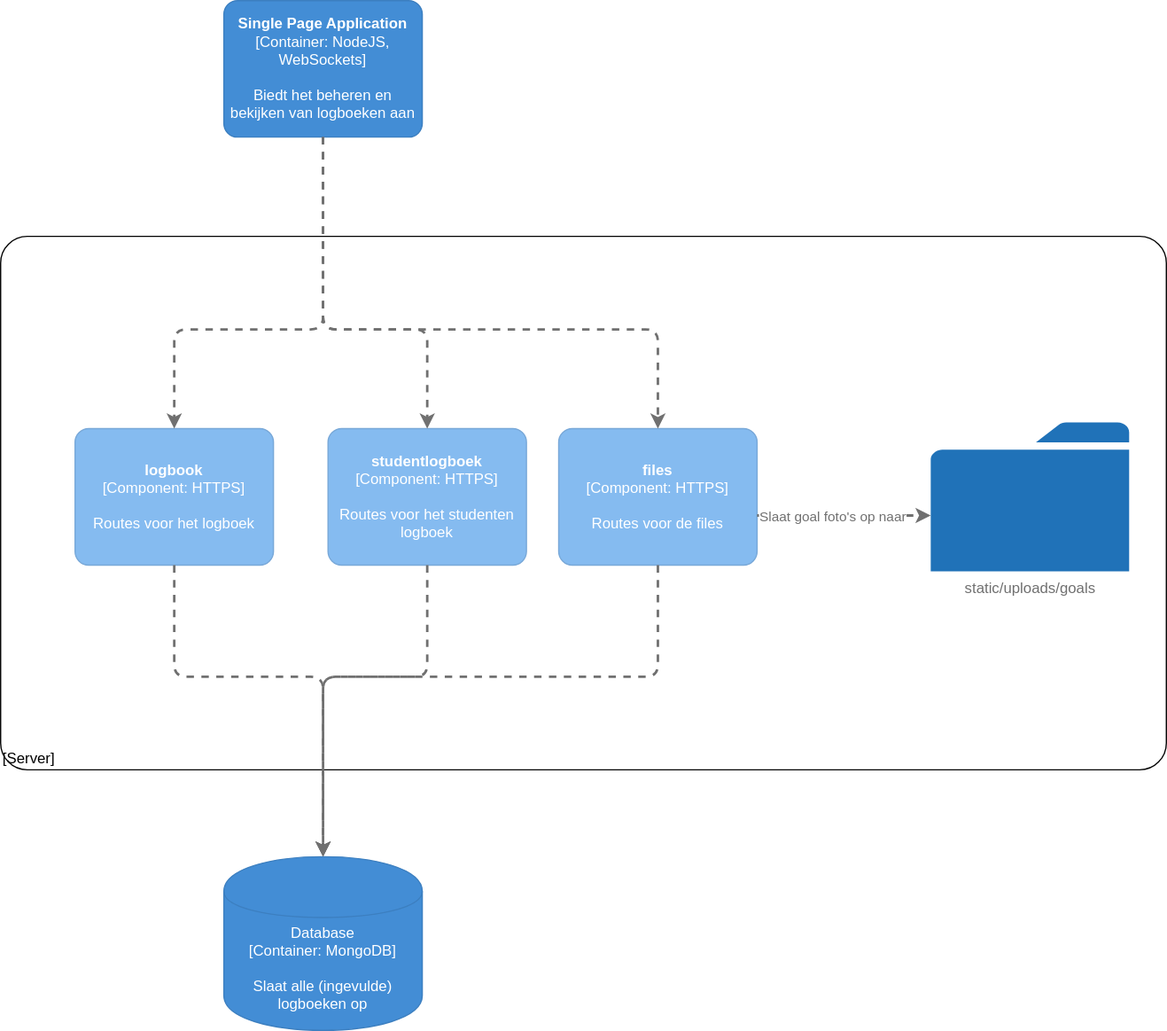
Before: docs/software-guidebook/c4-model/components-server.svg, a diagram exported from draw.io (Rowan-Paul/HANAIM-DWA-Rekenlogboek). Source tidied: cells renumbered, new cells last; positions are measured from the earlier drawing's top-left corner, leaving out a move shared by most shapes.
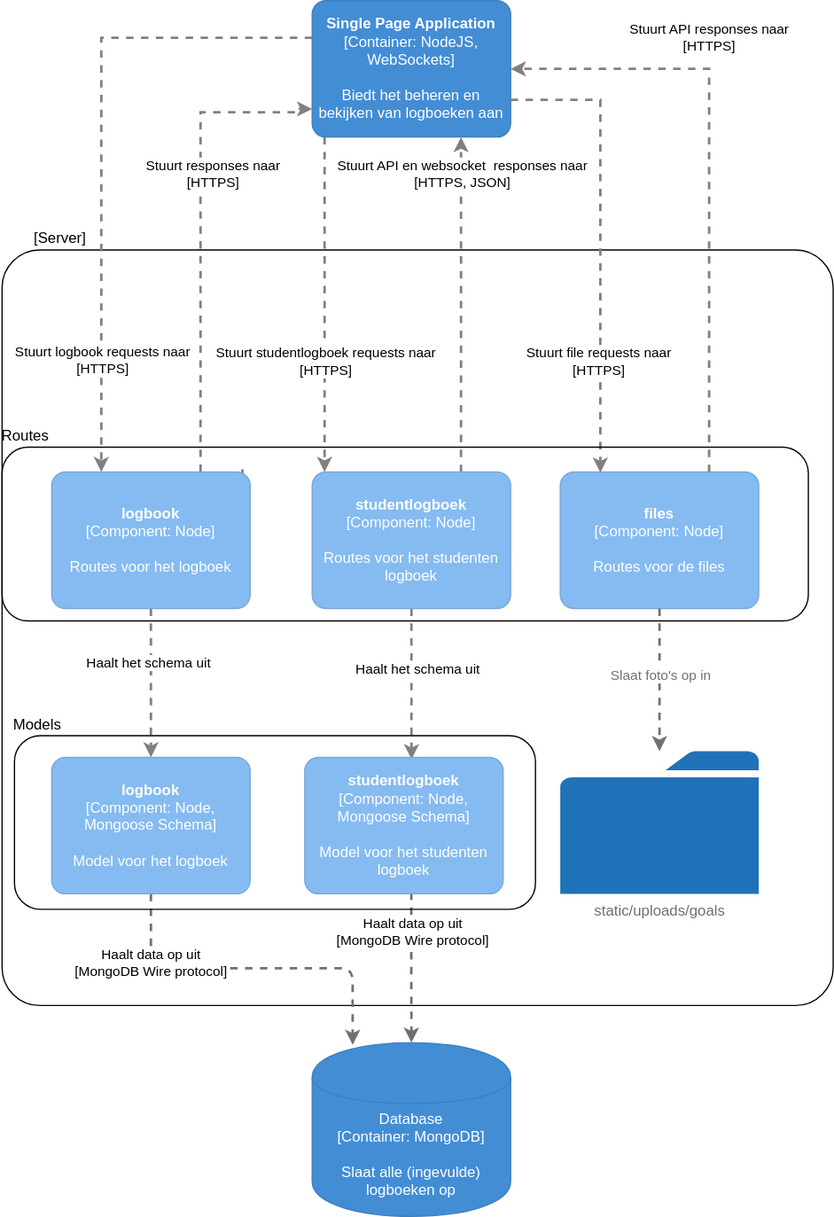
After the commit.

Diff of the diagram source:
```diff
@@ -3,102 +3,167 @@
     <mxCell id="0" />
     <mxCell id="1" parent="0" />
     <object id="2" label="&lt;div style=&quot;text-align: left&quot;&gt;%c4Name%&lt;/div&gt;&lt;div style=&quot;text-align: left&quot;&gt;[%c4Application%]&lt;/div&gt;" c4Application="Server" c4Name="" c4Type="ExecutionEnvironment" placeholders="1">
-      <mxCell style="rounded=1;whiteSpace=wrap;html=1;labelBackgroundColor=none;fillColor=#ffffff;fontColor=#000000;align=left;arcSize=5;strokeColor=#000000;verticalAlign=bottom;metaData={&quot;c4Type&quot;:{&quot;editable&quot;:false}};" parent="1" vertex="1">
-        <mxGeometry y="190" width="940" height="430" as="geometry" />
+      <mxCell style="rounded=1;whiteSpace=wrap;html=1;labelBackgroundColor=none;fillColor=#ffffff;fontColor=#000000;align=right;arcSize=5;strokeColor=#000000;verticalAlign=bottom;metaData={&quot;c4Type&quot;:{&quot;editable&quot;:false}};labelPosition=left;verticalLabelPosition=top;spacingRight=-70;" parent="1" vertex="1">
+        <mxGeometry x="-20" y="201" width="670" height="609" as="geometry" />
       </mxCell>
     </object>
     <object id="3" label="&lt;b&gt;%c4Name%&lt;/b&gt;&lt;div&gt;[%c4Type%: %c4Technology%]&lt;/div&gt;&lt;br&gt;&lt;div&gt;%c4Description%&lt;/div&gt;" c4Description="Biedt het beheren en bekijken van logboeken aan" c4Name="Single Page Application" c4Technology="NodeJS, WebSockets" c4Type="Container" placeholders="1">
       <mxCell style="rounded=1;whiteSpace=wrap;html=1;labelBackgroundColor=none;fillColor=#438DD5;fontColor=#ffffff;align=center;arcSize=10;strokeColor=#3C7FC0;metaData={&quot;c4Type&quot;:{&quot;editable&quot;:true}};points=[[0.25,0,0],[0.5,0,0],[0.75,0,0],[1,0.25,0],[1,0.5,0],[1,0.75,0],[0.75,1,0],[0.5,1,0],[0.25,1,0],[0,0.75,0],[0,0.5,0],[0,0.25,0]];" parent="1" vertex="1">
-        <mxGeometry x="180" width="160" height="110" as="geometry" />
+        <mxGeometry x="230" width="160" height="110" as="geometry" />
       </mxCell>
     </object>
+    <mxCell id="17" style="edgeStyle=orthogonalEdgeStyle;rounded=0;jettySize=auto;html=1;dashed=1;strokeColor=#808080;strokeWidth=2;exitX=0.961;exitY=-0.019;exitDx=0;exitDy=0;exitPerimeter=0;entryX=0;entryY=0.794;entryDx=0;entryDy=0;entryPerimeter=0;" parent="1" edge="1" source="4" target="3">
+      <mxGeometry relative="1" as="geometry">
+        <Array as="points">
+          <mxPoint x="140" y="398" />
+          <mxPoint x="140" y="90" />
+          <mxPoint x="220" y="90" />
+          <mxPoint x="220" y="87" />
+        </Array>
+      </mxGeometry>
+    </mxCell>
+    <mxCell id="18" value="Stuurt responses naar&lt;br&gt;[HTTPS]" style="edgeLabel;html=1;align=center;verticalAlign=middle;" parent="17" vertex="1">
+      <mxGeometry x="-0.22" relative="1" as="geometry">
+        <mxPoint x="10" y="-135.3" as="offset" />
+      </mxGeometry>
+    </mxCell>
+    <mxCell id="19" style="edgeStyle=orthogonalEdgeStyle;rounded=0;jettySize=auto;html=1;entryX=0.5;entryY=0;entryDx=0;entryDy=0;entryPerimeter=0;dashed=1;strokeWidth=2;strokeColor=#808080;" parent="1" edge="1" source="4" target="35">
+      <mxGeometry relative="1" as="geometry" />
+    </mxCell>
+    <mxCell id="20" value="Haalt het schema uit" style="edgeLabel;html=1;align=center;verticalAlign=middle;" parent="19" vertex="1">
+      <mxGeometry x="-0.29" y="-3" relative="1" as="geometry" />
+    </mxCell>
-    <object id="4" label="&lt;b&gt;%c4Name%&lt;/b&gt;&lt;div&gt;[%c4Type%: %c4Technology%]&lt;/div&gt;&lt;br&gt;&lt;div&gt;%c4Description%&lt;/div&gt;" c4Description="Routes voor het logboek" c4Name="logbook" c4Technology="HTTPS" c4Type="Component" placeholders="1">
+    <object id="4" label="&lt;b&gt;%c4Name%&lt;/b&gt;&lt;div&gt;[%c4Type%: %c4Technology%]&lt;/div&gt;&lt;br&gt;&lt;div&gt;%c4Description%&lt;/div&gt;" c4Description="Routes voor het logboek" c4Name="logbook" c4Technology="Node" c4Type="Component" placeholders="1">
       <mxCell style="rounded=1;whiteSpace=wrap;html=1;labelBackgroundColor=none;fillColor=#85BBF0;fontColor=#ffffff;align=center;arcSize=10;strokeColor=#78A8D8;metaData={&quot;c4Type&quot;:{&quot;editable&quot;:true}};points=[[0.25,0,0],[0.5,0,0],[0.75,0,0],[1,0.25,0],[1,0.5,0],[1,0.75,0],[0.75,1,0],[0.5,1,0],[0.25,1,0],[0,0.75,0],[0,0.5,0],[0,0.25,0]];" parent="1" vertex="1">
-        <mxGeometry x="60" y="345" width="160" height="110" as="geometry" />
+        <mxGeometry x="20" y="380" width="160" height="110" as="geometry" />
       </mxCell>
     </object>
+    <mxCell id="21" style="edgeStyle=orthogonalEdgeStyle;rounded=0;jettySize=auto;html=1;dashed=1;strokeColor=#808080;strokeWidth=2;" parent="1" edge="1" source="5" target="3">
+      <mxGeometry relative="1" as="geometry">
+        <Array as="points">
+          <mxPoint x="350" y="250" />
+          <mxPoint x="350" y="250" />
+        </Array>
+      </mxGeometry>
+    </mxCell>
+    <mxCell id="22" value="Stuurt API en websocket&amp;nbsp; responses naar&lt;br&gt;[HTTPS, JSON]" style="edgeLabel;html=1;align=center;verticalAlign=middle;" parent="21" vertex="1">
+      <mxGeometry x="-0.36" y="-1" relative="1" as="geometry">
+        <mxPoint x="-1" y="-154.3" as="offset" />
+      </mxGeometry>
+    </mxCell>
+    <mxCell id="23" style="edgeStyle=orthogonalEdgeStyle;rounded=0;jettySize=auto;html=1;entryX=0.538;entryY=0.014;entryDx=0;entryDy=0;entryPerimeter=0;dashed=1;strokeWidth=2;strokeColor=#808080;" parent="1" edge="1" source="5" target="36">
+      <mxGeometry relative="1" as="geometry" />
+    </mxCell>
+    <mxCell id="24" value="Haalt het schema uit" style="edgeLabel;html=1;align=center;verticalAlign=middle;" parent="23" vertex="1">
+      <mxGeometry x="-0.14" y="1" relative="1" as="geometry">
+        <mxPoint x="4" y="-3.4" as="offset" />
+      </mxGeometry>
+    </mxCell>
-    <object id="5" label="&lt;b&gt;%c4Name%&lt;/b&gt;&lt;div&gt;[%c4Type%: %c4Technology%]&lt;/div&gt;&lt;br&gt;&lt;div&gt;%c4Description%&lt;/div&gt;" c4Description="Routes voor het studenten logboek" c4Name="studentlogboek" c4Technology="HTTPS" c4Type="Component" placeholders="1">
+    <object id="5" label="&lt;b&gt;%c4Name%&lt;/b&gt;&lt;div&gt;[%c4Type%: %c4Technology%]&lt;/div&gt;&lt;br&gt;&lt;div&gt;%c4Description%&lt;/div&gt;" c4Description="Routes voor het studenten logboek" c4Name="studentlogboek" c4Technology="Node" c4Type="Component" placeholders="1">
       <mxCell style="rounded=1;whiteSpace=wrap;html=1;labelBackgroundColor=none;fillColor=#85BBF0;fontColor=#ffffff;align=center;arcSize=10;strokeColor=#78A8D8;metaData={&quot;c4Type&quot;:{&quot;editable&quot;:true}};points=[[0.25,0,0],[0.5,0,0],[0.75,0,0],[1,0.25,0],[1,0.5,0],[1,0.75,0],[0.75,1,0],[0.5,1,0],[0.25,1,0],[0,0.75,0],[0,0.5,0],[0,0.25,0]];" parent="1" vertex="1">
-        <mxGeometry x="264" y="345" width="160" height="110" as="geometry" />
+        <mxGeometry x="230" y="380" width="160" height="110" as="geometry" />
       </mxCell>
     </object>
     <object id="6" label="%c4Type%&lt;div&gt;[Container:&amp;nbsp;%c4Technology%]&lt;/div&gt;&lt;br&gt;&lt;div&gt;%c4Description%&lt;/div&gt;" c4Description="Slaat alle (ingevulde) logboeken op" c4Technology="MongoDB" c4Type="Database" placeholders="1">
       <mxCell style="shape=cylinder;whiteSpace=wrap;html=1;boundedLbl=1;rounded=0;labelBackgroundColor=none;fillColor=#438DD5;fontSize=12;fontColor=#ffffff;align=center;strokeColor=#3C7FC0;points=[[0.5,0,0],[1,0.25,0],[1,0.5,0],[1,0.75,0],[0.5,1,0],[0,0.75,0],[0,0.5,0],[0,0.25,0]];metaData={&quot;c4Type&quot;:{&quot;editable&quot;:false}};" parent="1" vertex="1">
-        <mxGeometry x="180" y="690" width="160" height="140" as="geometry" />
+        <mxGeometry x="230" y="840" width="160" height="140" as="geometry" />
       </mxCell>
     </object>
-    <mxCell id="7" style="endArrow=classic;html=1;dashed=1;strokeColor=#707070;strokeWidth=2;fontColor=#FFFFFF;exitX=0.5;exitY=1;exitDx=0;exitDy=0;exitPerimeter=0;entryX=0.5;entryY=0;entryDx=0;entryDy=0;entryPerimeter=0;" parent="1" edge="1" source="4" target="6">
-      <mxGeometry relative="1" as="geometry">
-        <Array as="points">
-          <mxPoint x="140" y="545" />
-          <mxPoint x="260" y="545" />
-        </Array>
-      </mxGeometry>
+    <mxCell id="7" style="endArrow=classic;html=1;dashed=1;strokeColor=#707070;strokeWidth=2;fontColor=#FFFFFF;exitX=0.5;exitY=1;exitDx=0;exitDy=0;exitPerimeter=0;entryX=0.204;entryY=0.012;entryDx=0;entryDy=0;entryPerimeter=0;edgeStyle=orthogonalEdgeStyle;" parent="1" edge="1" source="35" target="6">
+      <mxGeometry relative="1" as="geometry" />
     </mxCell>
+    <mxCell id="25" value="Haalt data op uit&lt;br&gt;[MongoDB Wire protocol]" style="edgeLabel;html=1;align=center;verticalAlign=middle;" parent="7" vertex="1">
+      <mxGeometry x="-0.18" y="-3" relative="1" as="geometry">
+        <mxPoint x="-57.3" y="-8" as="offset" />
+      </mxGeometry>
+    </mxCell>
-    <mxCell id="8" style="endArrow=classic;html=1;dashed=1;strokeColor=#707070;strokeWidth=2;fontColor=#FFFFFF;exitX=0.5;exitY=1;exitDx=0;exitDy=0;exitPerimeter=0;entryX=0.5;entryY=0;entryDx=0;entryDy=0;entryPerimeter=0;" parent="1" edge="1" source="5" target="6">
-      <mxGeometry relative="1" as="geometry">
-        <Array as="points">
-          <mxPoint x="344" y="545" />
-          <mxPoint x="260" y="545" />
-        </Array>
-      </mxGeometry>
+    <mxCell id="8" style="endArrow=classic;html=1;dashed=1;strokeColor=#707070;strokeWidth=2;fontColor=#FFFFFF;exitX=0.537;exitY=0.99;exitDx=0;exitDy=0;exitPerimeter=0;entryX=0.5;entryY=0;entryDx=0;entryDy=0;entryPerimeter=0;edgeStyle=orthogonalEdgeStyle;" parent="1" edge="1" source="36" target="6">
+      <mxGeometry relative="1" as="geometry" />
     </mxCell>
-    <mxCell id="9" style="endArrow=classic;html=1;dashed=1;strokeColor=#707070;strokeWidth=2;fontColor=#FFFFFF;exitX=0.5;exitY=1;exitDx=0;exitDy=0;exitPerimeter=0;entryX=0.5;entryY=0;entryDx=0;entryDy=0;entryPerimeter=0;" parent="1" edge="1" source="3" target="4">
-      <mxGeometry relative="1" as="geometry">
-        <Array as="points">
-          <mxPoint x="260" y="265" />
-          <mxPoint x="140" y="265" />
-        </Array>
-      </mxGeometry>
-    </mxCell>
-    <mxCell id="10" style="endArrow=classic;html=1;dashed=1;strokeColor=#707070;strokeWidth=2;fontColor=#FFFFFF;entryX=0.5;entryY=0;entryDx=0;entryDy=0;entryPerimeter=0;" parent="1" edge="1" target="5">
-      <mxGeometry relative="1" as="geometry">
-        <mxPoint x="260" y="110" as="sourcePoint" />
-        <Array as="points">
-          <mxPoint x="260" y="265" />
-          <mxPoint x="344" y="265" />
-        </Array>
-      </mxGeometry>
-    </mxCell>
+    <mxCell id="26" value="Haalt data op uit&lt;br&gt;[MongoDB Wire protocol]" style="edgeLabel;html=1;align=center;verticalAlign=middle;" parent="8" vertex="1">
+      <mxGeometry x="-0.66" y="1" relative="1" as="geometry">
+        <mxPoint x="-0.9" y="10.4" as="offset" />
+      </mxGeometry>
+    </mxCell>
-    <object id="11" label="&lt;b&gt;%c4Name%&lt;/b&gt;&lt;div&gt;[%c4Type%: %c4Technology%]&lt;/div&gt;&lt;br&gt;&lt;div&gt;%c4Description%&lt;/div&gt;" c4Description="Routes voor de files" c4Name="files&#10;" c4Technology="HTTPS" c4Type="Component" placeholders="1">
+    <object id="11" label="&lt;b&gt;%c4Name%&lt;/b&gt;&lt;div&gt;[%c4Type%: %c4Technology%]&lt;/div&gt;&lt;br&gt;&lt;div&gt;%c4Description%&lt;/div&gt;" c4Description="Routes voor de files" c4Name="files&#10;" c4Technology="Node" c4Type="Component" placeholders="1">
       <mxCell style="rounded=1;whiteSpace=wrap;html=1;labelBackgroundColor=none;fillColor=#85BBF0;fontColor=#ffffff;align=center;arcSize=10;strokeColor=#78A8D8;metaData={&quot;c4Type&quot;:{&quot;editable&quot;:true}};points=[[0.25,0,0],[0.5,0,0],[0.75,0,0],[1,0.25,0],[1,0.5,0],[1,0.75,0],[0.75,1,0],[0.5,1,0],[0.25,1,0],[0,0.75,0],[0,0.5,0],[0,0.25,0]];" parent="1" vertex="1">
-        <mxGeometry x="450" y="345" width="160" height="110" as="geometry" />
+        <mxGeometry x="430" y="380" width="160" height="110" as="geometry" />
       </mxCell>
     </object>
-    <mxCell id="12" style="endArrow=classic;html=1;dashed=1;strokeColor=#707070;strokeWidth=2;fontColor=#FFFFFF;exitX=0.5;exitY=1;exitDx=0;exitDy=0;exitPerimeter=0;entryX=0.5;entryY=0;entryDx=0;entryDy=0;entryPerimeter=0;" parent="1" edge="1" source="3" target="11">
-      <mxGeometry relative="1" as="geometry">
-        <Array as="points">
-          <mxPoint x="260" y="265" />
-          <mxPoint x="530" y="265" />
-        </Array>
-      </mxGeometry>
-    </mxCell>
     <mxCell id="13" value="static/uploads/goals" style="shadow=0;dashed=0;html=1;strokeColor=none;labelPosition=center;verticalLabelPosition=bottom;verticalAlign=top;outlineConnect=0;align=center;shape=mxgraph.office.concepts.folder;fillColor=#2072B8;fontColor=#707070;" parent="1" vertex="1">
-      <mxGeometry x="750" y="340" width="160" height="120" as="geometry" />
+      <mxGeometry x="430" y="605" width="160" height="115" as="geometry" />
     </mxCell>
-    <mxCell id="14" style="endArrow=classic;html=1;dashed=1;strokeColor=#707070;strokeWidth=2;fontColor=#FFFFFF;exitX=1;exitY=0.5;exitDx=0;exitDy=0;exitPerimeter=0;" parent="1" edge="1">
-      <mxGeometry relative="1" as="geometry">
-        <mxPoint x="610" y="415" as="sourcePoint" />
-        <mxPoint x="750" y="415" as="targetPoint" />
-        <Array as="points">
-          <mxPoint x="710" y="415" />
-        </Array>
-      </mxGeometry>
+    <mxCell id="14" style="endArrow=classic;html=1;dashed=1;strokeColor=#707070;strokeWidth=2;fontColor=#FFFFFF;" parent="1" edge="1" source="11" target="13">
+      <mxGeometry relative="1" as="geometry" />
     </mxCell>
-    <mxCell id="15" value="&lt;font color=&quot;#707070&quot;&gt;Slaat goal foto's op naar&lt;/font&gt;" style="edgeLabel;html=1;align=center;verticalAlign=middle;fontColor=#FFFFFF;" parent="14" vertex="1">
+    <mxCell id="15" value="&lt;font color=&quot;#707070&quot;&gt;Slaat foto's op in&lt;/font&gt;" style="edgeLabel;html=1;align=center;verticalAlign=middle;fontColor=#FFFFFF;" parent="14" vertex="1">
       <mxGeometry x="-0.12" y="2" relative="1" as="geometry">
         <mxPoint x="-1.9" y="2" as="offset" />
       </mxGeometry>
     </mxCell>
-    <mxCell id="16" style="endArrow=classic;html=1;dashed=1;strokeColor=#707070;strokeWidth=2;fontColor=#FFFFFF;exitX=0.5;exitY=1;exitDx=0;exitDy=0;exitPerimeter=0;" parent="1" edge="1">
-      <mxGeometry relative="1" as="geometry">
-        <mxPoint x="530" y="455" as="sourcePoint" />
-        <mxPoint x="260" y="690" as="targetPoint" />
-        <Array as="points">
-          <mxPoint x="530" y="545" />
-          <mxPoint x="260" y="545" />
-        </Array>
-      </mxGeometry>
-    </mxCell>
+    <mxCell id="27" style="edgeStyle=orthogonalEdgeStyle;rounded=0;jettySize=auto;html=1;dashed=1;strokeWidth=2;strokeColor=#808080;" parent="1" edge="1" target="4">
+      <mxGeometry relative="1" as="geometry">
+        <mxPoint x="230" y="30" as="sourcePoint" />
+        <Array as="points">
+          <mxPoint x="60" y="30" />
+        </Array>
+      </mxGeometry>
+    </mxCell>
+    <mxCell id="28" value="Stuurt logbook requests naar&lt;br&gt;[HTTPS]" style="edgeLabel;html=1;align=center;verticalAlign=middle;" parent="27" vertex="1">
+      <mxGeometry x="0.02" y="4" relative="1" as="geometry">
+        <mxPoint x="-4" y="163.8" as="offset" />
+      </mxGeometry>
+    </mxCell>
+    <mxCell id="29" style="edgeStyle=orthogonalEdgeStyle;rounded=0;jettySize=auto;html=1;dashed=1;strokeWidth=2;strokeColor=#808080;" parent="1" edge="1" target="5">
+      <mxGeometry relative="1" as="geometry">
+        <mxPoint x="240" y="110" as="sourcePoint" />
+        <Array as="points">
+          <mxPoint x="240" y="110" />
+        </Array>
+      </mxGeometry>
+    </mxCell>
+    <mxCell id="30" value="Stuurt studentlogboek requests naar&lt;br&gt;[HTTPS]" style="edgeLabel;html=1;align=center;verticalAlign=middle;" parent="29" vertex="1">
+      <mxGeometry x="-0.15" relative="1" as="geometry">
+        <mxPoint y="65.1" as="offset" />
+      </mxGeometry>
+    </mxCell>
+    <mxCell id="31" style="edgeStyle=orthogonalEdgeStyle;rounded=0;jettySize=auto;html=1;dashed=1;strokeWidth=2;strokeColor=#808080;entryX=0.202;entryY=0.005;entryDx=0;entryDy=0;entryPerimeter=0;" parent="1" edge="1" target="11">
+      <mxGeometry relative="1" as="geometry">
+        <mxPoint x="390" y="80" as="sourcePoint" />
+      </mxGeometry>
+    </mxCell>
+    <mxCell id="32" value="Stuurt file requests naar&lt;br&gt;[HTTPS]" style="edgeLabel;html=1;align=center;verticalAlign=middle;" parent="31" vertex="1">
+      <mxGeometry x="-0.16" y="2" relative="1" as="geometry">
+        <mxPoint x="-4.3" y="125.7" as="offset" />
+      </mxGeometry>
+    </mxCell>
+    <mxCell id="33" style="edgeStyle=orthogonalEdgeStyle;rounded=0;jettySize=auto;html=1;dashed=1;strokeColor=#808080;strokeWidth=2;" parent="1" edge="1" source="11" target="3">
+      <mxGeometry relative="1" as="geometry">
+        <Array as="points">
+          <mxPoint x="550" y="55" />
+        </Array>
+      </mxGeometry>
+    </mxCell>
+    <mxCell id="34" value="Stuurt API responses naar&lt;br&gt;[HTTPS]" style="edgeLabel;html=1;align=center;verticalAlign=middle;" parent="33" vertex="1">
+      <mxGeometry x="-0.17" y="1" relative="1" as="geometry">
+        <mxPoint x="1" y="-149.3" as="offset" />
+      </mxGeometry>
+    </mxCell>
+    <object id="35" label="&lt;b&gt;%c4Name%&lt;/b&gt;&lt;div&gt;[%c4Type%: %c4Technology%]&lt;/div&gt;&lt;br&gt;&lt;div&gt;%c4Description%&lt;/div&gt;" c4Description="Model voor het logboek" c4Name="logbook" c4Technology="Node, Mongoose Schema" c4Type="Component" placeholders="1">
+      <mxCell style="rounded=1;whiteSpace=wrap;html=1;labelBackgroundColor=none;fillColor=#85BBF0;fontColor=#ffffff;align=center;arcSize=10;strokeColor=#78A8D8;metaData={&quot;c4Type&quot;:{&quot;editable&quot;:true}};points=[[0.25,0,0],[0.5,0,0],[0.75,0,0],[1,0.25,0],[1,0.5,0],[1,0.75,0],[0.75,1,0],[0.5,1,0],[0.25,1,0],[0,0.75,0],[0,0.5,0],[0,0.25,0]];" parent="1" vertex="1">
+        <mxGeometry x="20" y="610" width="160" height="110" as="geometry" />
+      </mxCell>
+    </object>
+    <object id="36" label="&lt;b&gt;%c4Name%&lt;/b&gt;&lt;div&gt;[%c4Type%: %c4Technology%]&lt;/div&gt;&lt;br&gt;&lt;div&gt;%c4Description%&lt;/div&gt;" c4Description="Model voor het studenten logboek" c4Name="studentlogboek" c4Technology="Node, Mongoose Schema" c4Type="Component" placeholders="1">
+      <mxCell style="rounded=1;whiteSpace=wrap;html=1;labelBackgroundColor=none;fillColor=#85BBF0;fontColor=#ffffff;align=center;arcSize=10;strokeColor=#78A8D8;metaData={&quot;c4Type&quot;:{&quot;editable&quot;:true}};points=[[0.25,0,0],[0.5,0,0],[0.75,0,0],[1,0.25,0],[1,0.5,0],[1,0.75,0],[0.75,1,0],[0.5,1,0],[0.25,1,0],[0,0.75,0],[0,0.5,0],[0,0.25,0]];" parent="1" vertex="1">
+        <mxGeometry x="224" y="610" width="160" height="110" as="geometry" />
+      </mxCell>
+    </object>
+    <mxCell id="37" value="Routes" style="rounded=1;whiteSpace=wrap;html=1;fillColor=none;labelPosition=left;verticalLabelPosition=top;align=right;verticalAlign=bottom;spacingLeft=12;spacingRight=-40;" parent="1" vertex="1">
+      <mxGeometry x="-20" y="360" width="650" height="140" as="geometry" />
+    </mxCell>
+    <mxCell id="38" value="Models" style="rounded=1;whiteSpace=wrap;html=1;fillColor=none;labelPosition=left;verticalLabelPosition=top;align=right;verticalAlign=bottom;spacingLeft=12;spacingRight=-40;" parent="1" vertex="1">
+      <mxGeometry x="-10" y="592.5" width="420" height="140" as="geometry" />
+    </mxCell>
   </root>
 </mxGraphModel>
```
